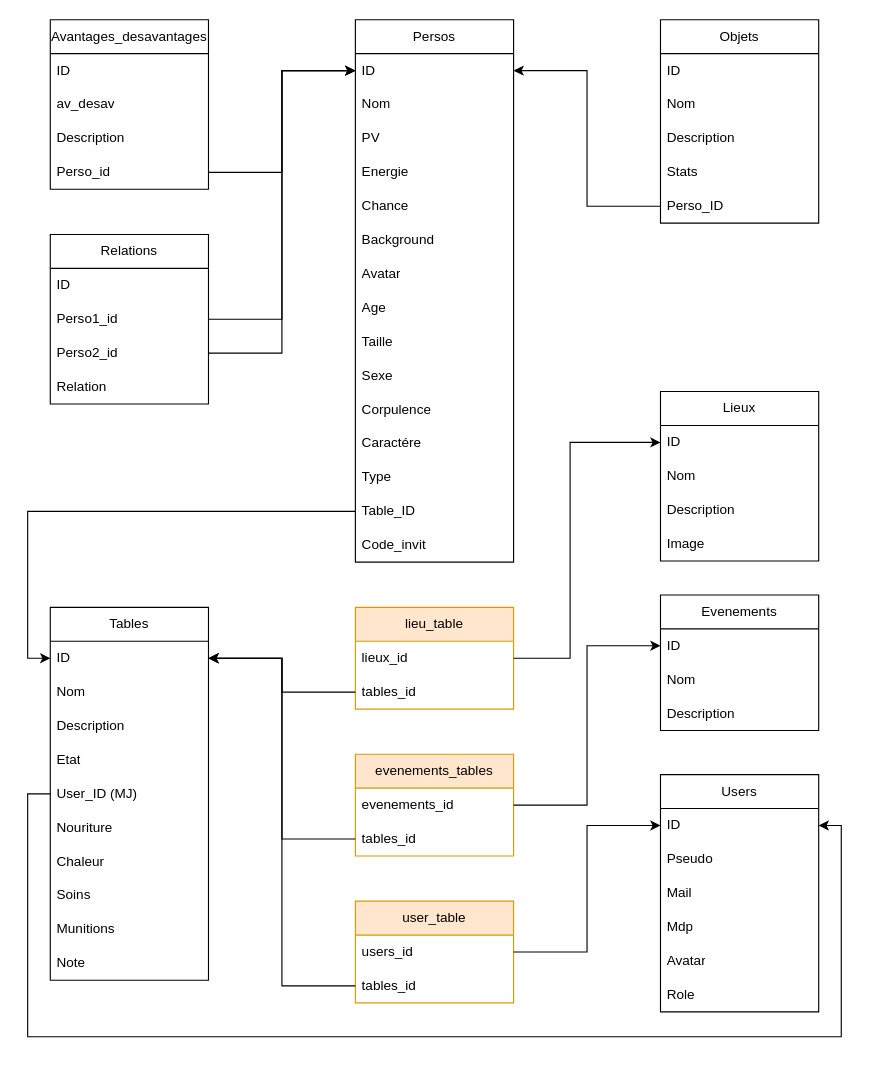
The draw.io diagram Diagramme sans nom.drawio in Cy-Bert/Bunker-Project, before the edit. Source tidied: cells renumbered, new cells numbered last; positions are measured from the earlier drawing's top-left corner, leaving out a move shared by most shapes. Both pictures are drawn from the tidied source at 113%, with x=0, y=0 at pixel (27, 19).
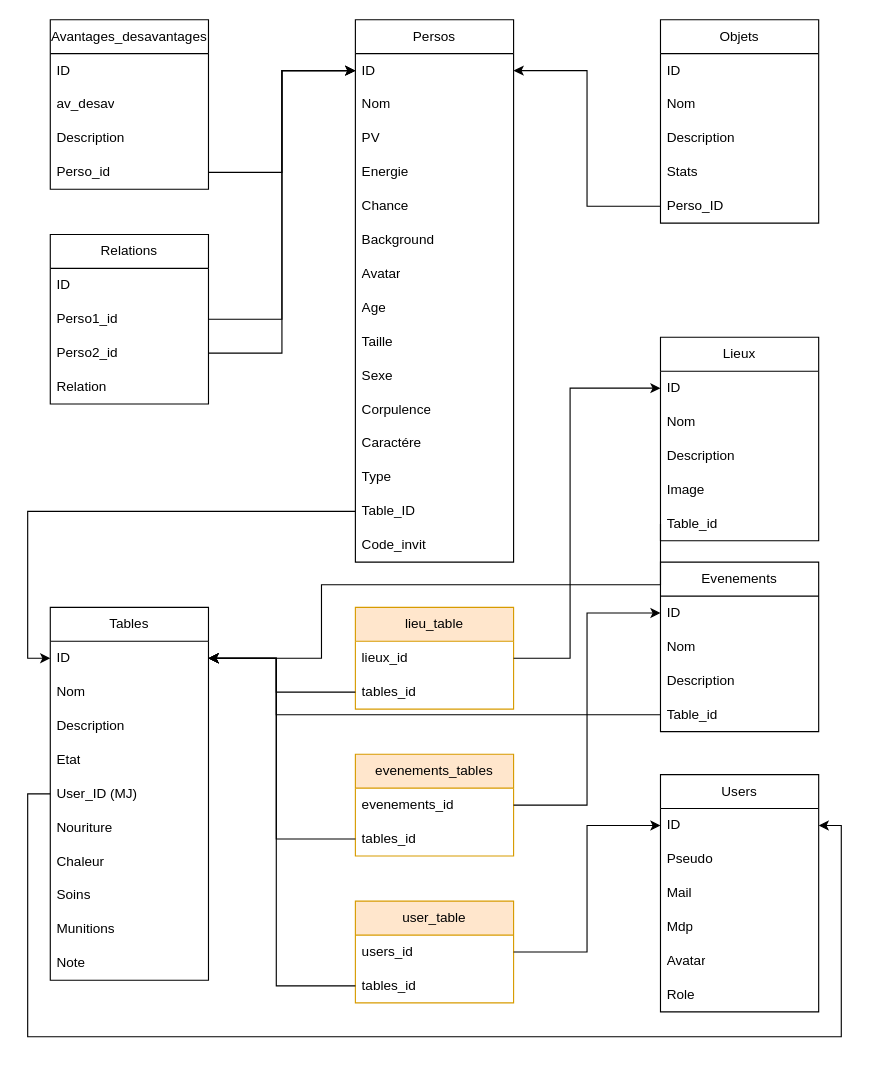
After the change.

Commit message:
Rajout Table_ID

Unchanged cells that the change refers to:
```xml
<mxCell id="29" value="ID" style="text;strokeColor=none;fillColor=none;align=left;verticalAlign=middle;spacingLeft=4;spacingRight=4;overflow=hidden;points=[[0,0.5],[1,0.5]];portConstraint=eastwest;whiteSpace=wrap;html=1;" parent="28" vertex="1">
  <mxGeometry y="30" width="140" height="30" as="geometry" />
</mxCell>
<mxCell id="46" value="lieux_id" style="text;strokeColor=none;fillColor=none;align=left;verticalAlign=middle;spacingLeft=4;spacingRight=4;overflow=hidden;points=[[0,0.5],[1,0.5]];portConstraint=eastwest;whiteSpace=wrap;html=1;" parent="45" vertex="1">
  <mxGeometry y="30" width="140" height="30" as="geometry" />
</mxCell>
<mxCell id="47" value="tables_id" style="text;strokeColor=none;fillColor=none;align=left;verticalAlign=middle;spacingLeft=4;spacingRight=4;overflow=hidden;points=[[0,0.5],[1,0.5]];portConstraint=eastwest;whiteSpace=wrap;html=1;" parent="45" vertex="1">
  <mxGeometry y="60" width="140" height="30" as="geometry" />
</mxCell>
<mxCell id="50" value="tables_id" style="text;strokeColor=none;fillColor=none;align=left;verticalAlign=middle;spacingLeft=4;spacingRight=4;overflow=hidden;points=[[0,0.5],[1,0.5]];portConstraint=eastwest;whiteSpace=wrap;html=1;" parent="48" vertex="1">
  <mxGeometry y="60" width="140" height="30" as="geometry" />
</mxCell>
<mxCell id="52" value="ID" style="text;strokeColor=none;fillColor=none;align=left;verticalAlign=middle;spacingLeft=4;spacingRight=4;overflow=hidden;points=[[0,0.5],[1,0.5]];portConstraint=eastwest;whiteSpace=wrap;html=1;" parent="51" vertex="1">
  <mxGeometry y="30" width="140" height="30" as="geometry" />
</mxCell>
<mxCell id="62" value="tables_id" style="text;strokeColor=none;fillColor=none;align=left;verticalAlign=middle;spacingLeft=4;spacingRight=4;overflow=hidden;points=[[0,0.5],[1,0.5]];portConstraint=eastwest;whiteSpace=wrap;html=1;" parent="60" vertex="1">
  <mxGeometry y="60" width="140" height="30" as="geometry" />
</mxCell>
```

The edit, as a diff of the source:
```diff
@@
     <mxCell id="51" value="Lieux" style="swimlane;fontStyle=0;horizontal=1;startSize=30;whiteSpace=wrap;html=1;" parent="1" vertex="1">
-      <mxGeometry x="560" y="329" width="140" height="150" as="geometry" />
+      <mxGeometry x="560" y="281" width="140" height="180" as="geometry" />
     </mxCell>
@@
+    <mxCell id="82" value="Table_id" style="text;strokeColor=none;fillColor=none;align=left;verticalAlign=middle;spacingLeft=4;spacingRight=4;overflow=hidden;points=[[0,0.5],[1,0.5]];portConstraint=eastwest;whiteSpace=wrap;html=1;" parent="51" vertex="1">
+      <mxGeometry y="150" width="140" height="30" as="geometry" />
+    </mxCell>
     <mxCell id="56" value="Evenements" style="swimlane;fontStyle=0;horizontal=1;startSize=30;whiteSpace=wrap;html=1;" parent="1" vertex="1">
-      <mxGeometry x="560" y="509" width="140" height="120" as="geometry" />
+      <mxGeometry x="560" y="480" width="140" height="150" as="geometry" />
     </mxCell>
@@
+    <mxCell id="83" value="Table_id" style="text;strokeColor=none;fillColor=none;align=left;verticalAlign=middle;spacingLeft=4;spacingRight=4;overflow=hidden;points=[[0,0.5],[1,0.5]];portConstraint=eastwest;whiteSpace=wrap;html=1;" parent="56" vertex="1">
+      <mxGeometry y="120" width="140" height="30" as="geometry" />
+    </mxCell>
@@
     <mxCell id="75" style="edgeStyle=orthogonalEdgeStyle;rounded=0;jettySize=auto;html=1;exitX=0;exitY=0.5;exitDx=0;exitDy=0;entryX=1;entryY=0.5;entryDx=0;entryDy=0;" parent="1" edge="1" source="47" target="29">
-      <mxGeometry relative="1" as="geometry" />
+      <mxGeometry relative="1" as="geometry">
+        <Array as="points">
+          <mxPoint x="220" y="595" />
+          <mxPoint x="220" y="565" />
+        </Array>
+      </mxGeometry>
     </mxCell>
     <mxCell id="76" style="edgeStyle=orthogonalEdgeStyle;rounded=0;jettySize=auto;html=1;exitX=0;exitY=0.5;exitDx=0;exitDy=0;entryX=1;entryY=0.5;entryDx=0;entryDy=0;" parent="1" edge="1" source="50" target="29">
-      <mxGeometry relative="1" as="geometry" />
+      <mxGeometry relative="1" as="geometry">
+        <Array as="points">
+          <mxPoint x="220" y="725" />
+          <mxPoint x="220" y="565" />
+        </Array>
+      </mxGeometry>
     </mxCell>
     <mxCell id="77" style="edgeStyle=orthogonalEdgeStyle;rounded=0;jettySize=auto;html=1;exitX=0;exitY=0.5;exitDx=0;exitDy=0;entryX=1;entryY=0.5;entryDx=0;entryDy=0;" parent="1" edge="1" source="62" target="29">
-      <mxGeometry relative="1" as="geometry" />
+      <mxGeometry relative="1" as="geometry">
+        <Array as="points">
+          <mxPoint x="220" y="855" />
+          <mxPoint x="220" y="565" />
+        </Array>
+      </mxGeometry>
     </mxCell>
@@
     <mxCell id="80" style="edgeStyle=orthogonalEdgeStyle;rounded=0;jettySize=auto;html=1;exitX=1;exitY=0.5;exitDx=0;exitDy=0;entryX=0;entryY=0.5;entryDx=0;entryDy=0;" parent="1" edge="1" source="46" target="52">
       <mxGeometry relative="1" as="geometry">
         <Array as="points">
           <mxPoint x="480" y="565" />
-          <mxPoint x="480" y="374" />
+          <mxPoint x="480" y="326" />
         </Array>
       </mxGeometry>
     </mxCell>
@@
+    <mxCell id="84" style="edgeStyle=orthogonalEdgeStyle;rounded=0;jettySize=auto;html=1;exitX=0;exitY=0.5;exitDx=0;exitDy=0;entryX=1;entryY=0.5;entryDx=0;entryDy=0;" parent="1" edge="1" source="82" target="29">
+      <mxGeometry relative="1" as="geometry">
+        <Array as="points">
+          <mxPoint x="560" y="500" />
+          <mxPoint x="260" y="500" />
+          <mxPoint x="260" y="565" />
+        </Array>
+      </mxGeometry>
+    </mxCell>
+    <mxCell id="85" style="edgeStyle=orthogonalEdgeStyle;rounded=0;jettySize=auto;html=1;exitX=0;exitY=0.5;exitDx=0;exitDy=0;entryX=1;entryY=0.5;entryDx=0;entryDy=0;" parent="1" edge="1" source="83" target="29">
+      <mxGeometry relative="1" as="geometry">
+        <Array as="points">
+          <mxPoint x="220" y="615" />
+          <mxPoint x="220" y="565" />
+        </Array>
+      </mxGeometry>
+    </mxCell>
```
